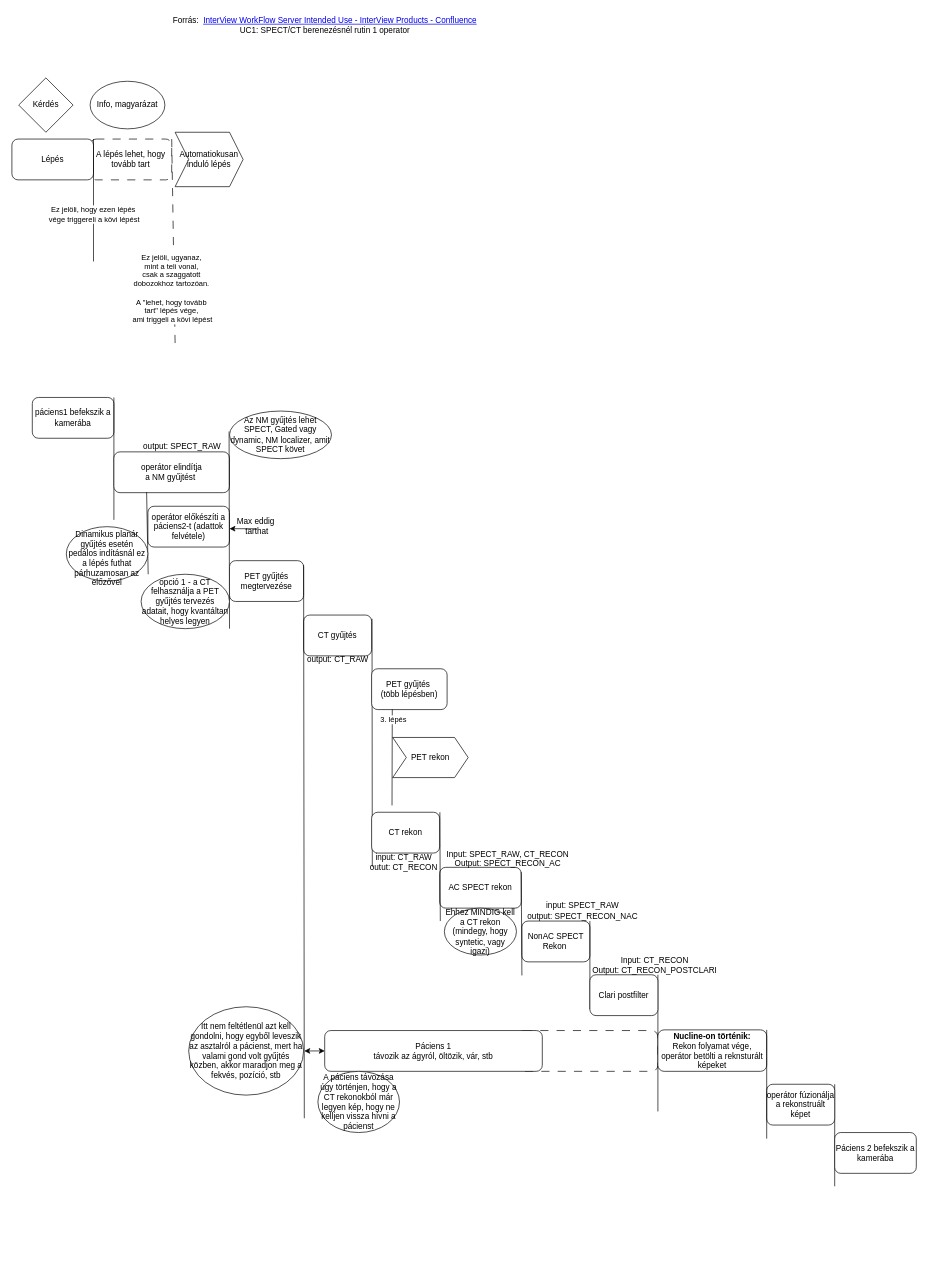
Earlier version of the draw.io diagram UC1_SPECT_CT_PET_Rutin_1_Operator_Prio1_Ac_SPECT_Rekon_ClariPF___törölni ha a kiértékelések is bekerültek.drawio (szvatai1985/drawio_files). Source tidied: cells renumbered, new cells numbered last; positions are measured from the earlier drawing's top-left corner, leaving out a move shared by most shapes. Both pictures are drawn from the tidied source at 68%, with x=0, y=0 at pixel (12, 12).
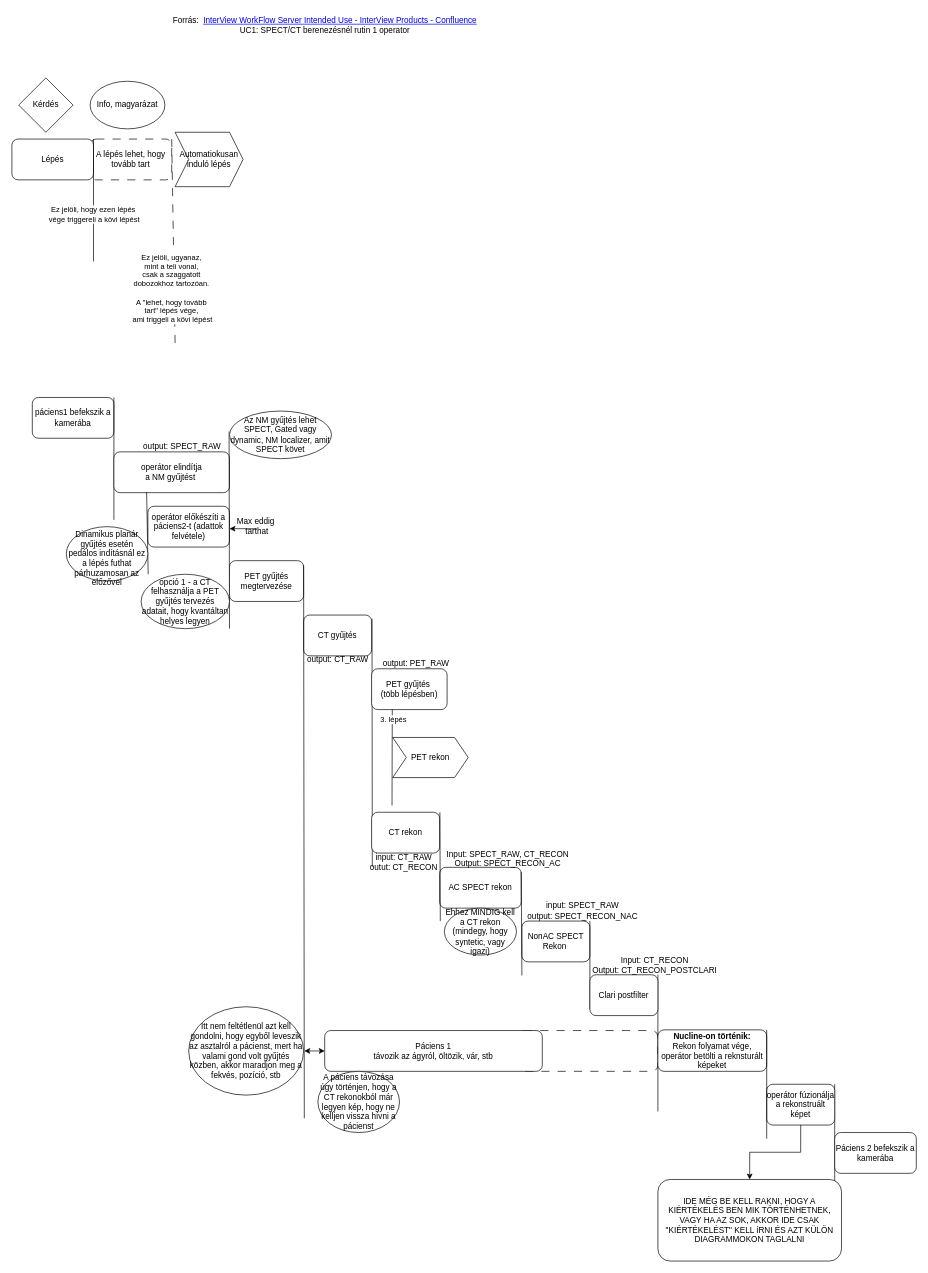
Above is the later version.

The change refers to these unchanged cells:
```xml
<mxCell id="54" value="&lt;div&gt;operátor&amp;nbsp;&lt;span style=&quot;background-color: initial;&quot;&gt;fúzionálja a rekonstruált képet&lt;/span&gt;&lt;/div&gt;" style="rounded=1;whiteSpace=wrap;html=1;" parent="1" vertex="1">
  <mxGeometry x="1110" y="1577" width="100" height="60" as="geometry" />
</mxCell>
```

The edit, as a diff of the source:
```diff
@@
+    <mxCell id="56" style="edgeStyle=orthogonalEdgeStyle;rounded=0;jettySize=auto;html=1;" parent="1" edge="1" source="54" target="57">
+      <mxGeometry relative="1" as="geometry" />
+    </mxCell>
@@
+    <mxCell id="57" value="IDE MÉG BE KELL RAKNI, HOGY A KIÉRTÉKELÉS BEN MIK TÖRTÉNHETNEK, VAGY HA AZ SOK, AKKOR IDE CSAK &quot;KIÉRTÉKELÉST&quot; KELL íRNI ÉS AZT KÜLÖN DIAGRAMMOKON TAGLALNI" style="rounded=1;whiteSpace=wrap;html=1;" parent="1" vertex="1">
+      <mxGeometry x="950" y="1717" width="270" height="120" as="geometry" />
+    </mxCell>
+    <mxCell id="58" value="output: PET_RAW" style="text;html=1;align=center;verticalAlign=middle;strokeColor=none;fillColor=none;" parent="1" vertex="1">
+      <mxGeometry x="534" y="943" width="120" height="30" as="geometry" />
+    </mxCell>
```
